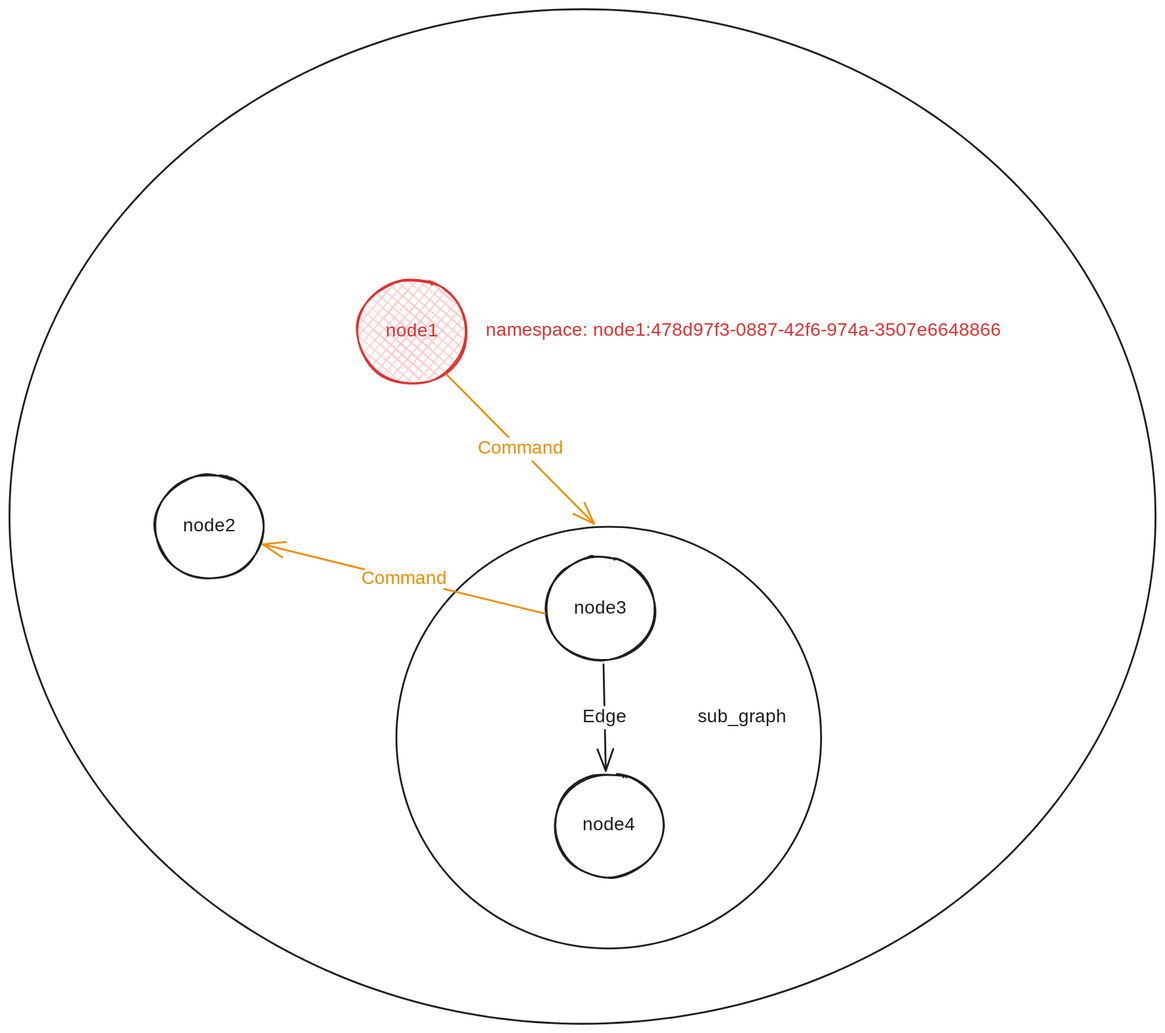
Before: source/_posts/LangGraphDynamicRoute2/loop_1.svg, a diagram exported from Excalidraw (theo1893/theo1893.github.io). Source tidied: one line per element, renumbered; positions are measured from the earlier drawing's top-left corner, leaving out a move shared by most shapes.
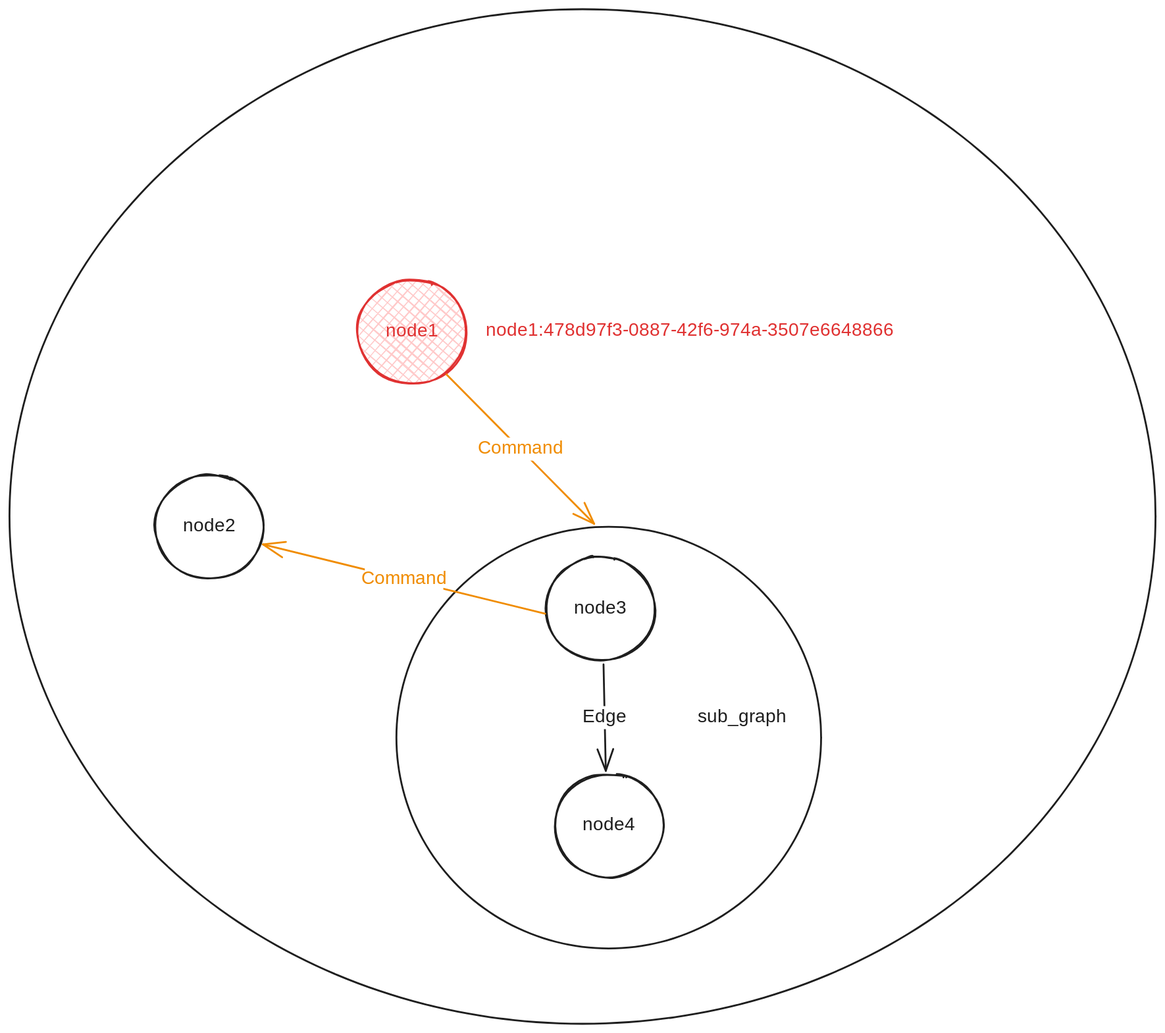
After the commit.

Diff of the diagram source:
```diff
@@ -15,4 +15,4 @@
 {"id": 14, "type": "arrow", "strokeColor": "#f08c00", "strokeWidth": 2, "roughness": 0, "endArrowhead": "arrow", "round": true, "from": 4, "to": 2, "x": 581, "y": 656, "width": 306, "height": 75, "points": [[0, 0], [-306, -75]]}
 {"id": 15, "type": "text", "text": "Command", "strokeColor": "#f08c00", "strokeWidth": 2, "roughness": 0, "fontSize": 20, "fontFamily": 5, "textAlign": "center", "verticalAlign": "middle", "inside": 14, "x": 326, "y": 642, "width": 85, "height": 25}
 {"id": 16, "type": "ellipse", "strokeColor": "#1e1e1e", "strokeWidth": 2, "roughness": 0, "round": true, "x": 0, "y": 0, "width": 1244, "height": 1101}
-{"id": 17, "type": "text", "text": "namespace: node1:478d97f3-0887-42f6-974a-3507e6648866", "strokeColor": "#e03131", "backgroundColor": "#ffc9c9", "fillStyle": "cross-hatch", "strokeWidth": 2, "roughness": 0, "fontSize": 20, "fontFamily": 5, "x": 517, "y": 337, "width": 592, "height": 25}
+{"id": 17, "type": "text", "text": "node1:478d97f3-0887-42f6-974a-3507e6648866", "strokeColor": "#e03131", "backgroundColor": "#ffc9c9", "fillStyle": "cross-hatch", "strokeWidth": 2, "roughness": 0, "fontSize": 20, "fontFamily": 5, "x": 517, "y": 337, "width": 479, "height": 25}
```
